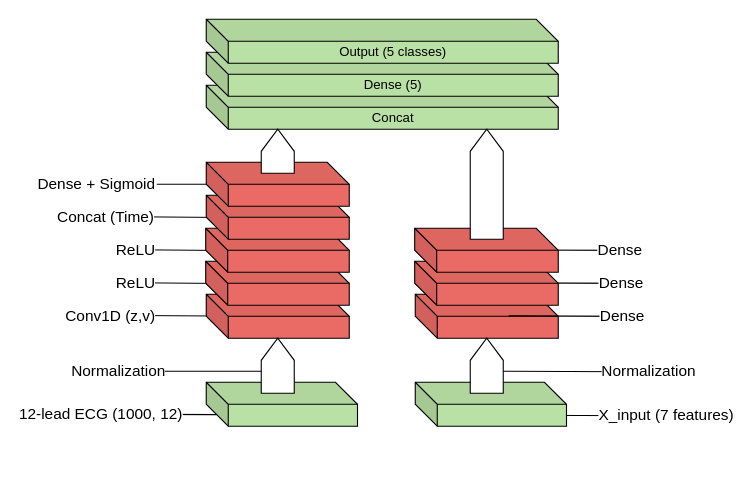
This is CNN.drawio from minh071289/AI_system, a draw.io file, before an edit. Source tidied: cells renumbered, new cells numbered last; positions are measured from the earlier drawing's top-left corner, leaving out a move shared by most shapes. Both pictures are drawn from the tidied source at 110%, with x=0, y=0 at pixel (89, 19).
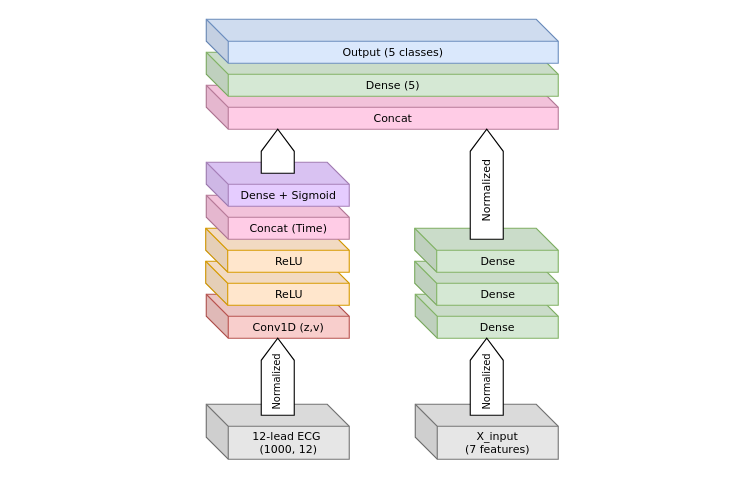
After the change.

What changed in the source:
```diff
@@
-    <mxCell id="2" value="&lt;span style=&quot;font-size: 14px;&quot;&gt;Normalization&lt;/span&gt;" style="endArrow=none;html=1;rounded=0;align=center;" parent="1" edge="1">
-      <mxGeometry x="1" y="20" relative="1" as="geometry">
-        <mxPoint x="373" y="320" as="sourcePoint" />
-        <mxPoint x="488" y="320.4" as="targetPoint" />
-        <mxPoint x="20" y="20" as="offset" />
-      </mxGeometry>
-    </mxCell>
-    <mxCell id="3" value="&lt;span style=&quot;font-size: 14px;&quot;&gt;Dense&lt;/span&gt;" style="endArrow=none;html=1;rounded=0;align=center;" parent="1" edge="1">
-      <mxGeometry x="0.79" relative="1" as="geometry">
-        <mxPoint x="379" y="209.7" as="sourcePoint" />
-        <mxPoint x="494" y="210.1" as="targetPoint" />
-      </mxGeometry>
-    </mxCell>
-    <mxCell id="4" value="&lt;span style=&quot;font-size: 14px;&quot;&gt;Dense&lt;/span&gt;" style="endArrow=none;html=1;rounded=0;align=center;" parent="1" edge="1">
-      <mxGeometry x="0.79" relative="1" as="geometry">
-        <mxPoint x="380" y="239.7" as="sourcePoint" />
-        <mxPoint x="495" y="240.1" as="targetPoint" />
-      </mxGeometry>
-    </mxCell>
-    <mxCell id="5" value="&lt;span style=&quot;font-size: 14px;&quot;&gt;X_input (7 features)&lt;/span&gt;" style="endArrow=none;html=1;rounded=0;align=center;" parent="1" edge="1">
-      <mxGeometry x="1" y="20" relative="1" as="geometry">
-        <mxPoint x="389" y="360" as="sourcePoint" />
-        <mxPoint x="504" y="360.4" as="targetPoint" />
-        <mxPoint x="20" y="20" as="offset" />
-      </mxGeometry>
+    <mxCell id="5" value="X_input&lt;div&gt;(7 features)&lt;/div&gt;" style="shape=cube;whiteSpace=wrap;html=1;boundedLbl=1;backgroundOutline=1;darkOpacity=0.05;darkOpacity2=0.1;fillColor=#E6E6E6;strokeColor=#757575;fontSize=10;fontFamily=Verdana;fontStyle=0;" parent="1" vertex="1">
+      <mxGeometry x="296" y="350" width="130" height="50" as="geometry" />
     </mxCell>
-    <mxCell id="6" value="&lt;span style=&quot;font-size: 14px;&quot;&gt;Conv1D (z,v)&lt;/span&gt;" style="endArrow=none;html=1;rounded=0;align=right;labelPosition=left;verticalLabelPosition=middle;verticalAlign=middle;spacingRight=34;entryX=0;entryY=0;entryDx=0;entryDy=20;entryPerimeter=0;" parent="1" edge="1">
-      <mxGeometry relative="1" as="geometry">
-        <mxPoint x="39.5" y="269.3" as="sourcePoint" />
-        <mxPoint x="152" y="270" as="targetPoint" />
-      </mxGeometry>
-    </mxCell>
-    <mxCell id="7" value="&lt;span style=&quot;font-size: 14px;&quot;&gt;ReLU&lt;/span&gt;" style="endArrow=none;html=1;rounded=0;align=right;labelPosition=left;verticalLabelPosition=middle;verticalAlign=middle;spacingRight=34;entryX=0;entryY=0;entryDx=0;entryDy=20;entryPerimeter=0;" parent="1" edge="1">
-      <mxGeometry relative="1" as="geometry">
-        <mxPoint x="39" y="239.6" as="sourcePoint" />
-        <mxPoint x="151.5" y="240.4" as="targetPoint" />
-      </mxGeometry>
-    </mxCell>
-    <mxCell id="8" value="&lt;span style=&quot;font-size: 14px;&quot;&gt;ReLU&lt;/span&gt;" style="endArrow=none;html=1;rounded=0;align=right;labelPosition=left;verticalLabelPosition=middle;verticalAlign=middle;spacingRight=34;entryX=0;entryY=0;entryDx=0;entryDy=20;entryPerimeter=0;" parent="1" edge="1">
-      <mxGeometry relative="1" as="geometry">
-        <mxPoint x="39" y="209.6" as="sourcePoint" />
-        <mxPoint x="151.5" y="210.4" as="targetPoint" />
-      </mxGeometry>
-    </mxCell>
-    <mxCell id="9" value="&lt;span style=&quot;font-size: 14px;&quot;&gt;Concat (Time)&lt;/span&gt;" style="endArrow=none;html=1;rounded=0;align=right;labelPosition=left;verticalLabelPosition=middle;verticalAlign=middle;spacingRight=34;entryX=0;entryY=0;entryDx=0;entryDy=20;entryPerimeter=0;" parent="1" edge="1">
-      <mxGeometry relative="1" as="geometry">
-        <mxPoint x="38.5" y="179.6" as="sourcePoint" />
-        <mxPoint x="151" y="180.4" as="targetPoint" />
-      </mxGeometry>
-    </mxCell>
-    <mxCell id="10" value="&lt;span style=&quot;font-size: 14px;&quot;&gt;Dense + Sigmoid&lt;/span&gt;" style="endArrow=none;html=1;rounded=0;align=right;labelPosition=left;verticalLabelPosition=middle;verticalAlign=middle;spacingRight=34;" parent="1" edge="1">
-      <mxGeometry relative="1" as="geometry">
-        <mxPoint x="61" y="150" as="sourcePoint" />
-        <mxPoint x="129" y="150" as="targetPoint" />
-      </mxGeometry>
-    </mxCell>
-    <mxCell id="11" style="shape=cube;whiteSpace=wrap;html=1;boundedLbl=1;backgroundOutline=1;darkOpacity=0.05;darkOpacity2=0.1;fillColor=#B9E0A5;" parent="1" vertex="1">
-      <mxGeometry x="106" y="330" width="137.5" height="40" as="geometry" />
+    <mxCell id="11" value="12-lead ECG&amp;nbsp;&lt;div&gt;(1000, 12)&lt;/div&gt;" style="shape=cube;whiteSpace=wrap;html=1;boundedLbl=1;backgroundOutline=1;darkOpacity=0.05;darkOpacity2=0.1;fillColor=#E6E6E6;strokeColor=#757575;fontSize=10;fontFamily=Verdana;fontStyle=0;" parent="1" vertex="1">
+      <mxGeometry x="106" y="350" width="130" height="50" as="geometry" />
     </mxCell>
-    <mxCell id="12" style="shape=cube;whiteSpace=wrap;html=1;boundedLbl=1;backgroundOutline=1;darkOpacity=0.05;darkOpacity2=0.1;fillColor=#EA6B66;" parent="1" vertex="1">
+    <mxCell id="12" value="Conv1D (z,v)" style="shape=cube;whiteSpace=wrap;html=1;boundedLbl=1;backgroundOutline=1;darkOpacity=0.05;darkOpacity2=0.1;fillColor=#F8CECC;strokeColor=#B85450;fontSize=10;fontFamily=Verdana;fontStyle=0;" parent="1" vertex="1">
       <mxGeometry x="106" y="250" width="130" height="40" as="geometry" />
     </mxCell>
-    <mxCell id="13" value="Concat" style="shape=cube;whiteSpace=wrap;html=1;boundedLbl=1;backgroundOutline=1;darkOpacity=0.05;darkOpacity2=0.1;fillColor=#B9E0A5;" parent="1" vertex="1">
+    <mxCell id="13" value="&lt;font&gt;Concat&lt;/font&gt;" style="shape=cube;whiteSpace=wrap;html=1;boundedLbl=1;backgroundOutline=1;darkOpacity=0.05;darkOpacity2=0.1;fillColor=#FFCCE6;strokeColor=#B77B99;fontSize=10;fontFamily=Verdana;fontStyle=0;" parent="1" vertex="1">
       <mxGeometry x="106" y="60" width="320" height="40" as="geometry" />
     </mxCell>
-    <mxCell id="14" style="html=1;shadow=0;dashed=0;align=center;verticalAlign=middle;shape=mxgraph.arrows2.arrow;dy=0;dx=20.05;direction=north;notch=0;" parent="1" vertex="1">
-      <mxGeometry x="156" y="290" width="30" height="50" as="geometry" />
+    <mxCell id="14" style="html=1;shadow=0;dashed=0;align=center;verticalAlign=middle;shape=mxgraph.arrows2.arrow;dy=0;dx=20.05;direction=north;notch=0;fontSize=10;fontFamily=Verdana;fontStyle=0;" parent="1" vertex="1">
+      <mxGeometry x="156" y="290" width="30" height="70" as="geometry" />
     </mxCell>
-    <mxCell id="15" value="&lt;font style=&quot;font-size: 14px;&quot;&gt;12-lead ECG&amp;nbsp;&lt;/font&gt;&lt;span style=&quot;font-size: 14px; background-color: light-dark(#ffffff, var(--ge-dark-color, #121212)); color: light-dark(rgb(0, 0, 0), rgb(255, 255, 255));&quot;&gt;(1000, 12)&lt;/span&gt;" style="endArrow=none;html=1;rounded=0;align=center;" parent="1" edge="1">
-      <mxGeometry x="-0.83" relative="1" as="geometry">
-        <mxPoint y="359" as="sourcePoint" />
-        <mxPoint x="115" y="359.4" as="targetPoint" />
-      </mxGeometry>
-    </mxCell>
-    <mxCell id="16" value="&lt;font style=&quot;font-size: 14px;&quot;&gt;Normalization&lt;/font&gt;" style="endArrow=none;html=1;rounded=0;align=center;entryX=0;entryY=0;entryDx=0;entryDy=10;entryPerimeter=0;" parent="1" edge="1">
-      <mxGeometry x="-1" y="-10" relative="1" as="geometry">
-        <mxPoint x="36" y="320" as="sourcePoint" />
-        <mxPoint x="156" y="320" as="targetPoint" />
-        <mxPoint x="-10" y="-10" as="offset" />
-      </mxGeometry>
-    </mxCell>
-    <mxCell id="17" style="shape=cube;whiteSpace=wrap;html=1;boundedLbl=1;backgroundOutline=1;darkOpacity=0.05;darkOpacity2=0.1;fillColor=#EA6B66;" parent="1" vertex="1">
+    <mxCell id="17" value="ReLU" style="shape=cube;whiteSpace=wrap;html=1;boundedLbl=1;backgroundOutline=1;darkOpacity=0.05;darkOpacity2=0.1;fillColor=#FFE6CC;strokeColor=#D79B00;fontSize=10;fontFamily=Verdana;fontStyle=0;" parent="1" vertex="1">
       <mxGeometry x="105.5" y="220" width="130.5" height="40" as="geometry" />
     </mxCell>
-    <mxCell id="18" style="shape=cube;whiteSpace=wrap;html=1;boundedLbl=1;backgroundOutline=1;darkOpacity=0.05;darkOpacity2=0.1;fillColor=#EA6B66;" parent="1" vertex="1">
+    <mxCell id="18" value="ReLU" style="shape=cube;whiteSpace=wrap;html=1;boundedLbl=1;backgroundOutline=1;darkOpacity=0.05;darkOpacity2=0.1;fillColor=#FFE6CC;strokeColor=#D79B00;fontSize=10;fontFamily=Verdana;fontStyle=0;" parent="1" vertex="1">
       <mxGeometry x="105.5" y="190" width="130.5" height="40" as="geometry" />
     </mxCell>
-    <mxCell id="19" style="shape=cube;whiteSpace=wrap;html=1;boundedLbl=1;backgroundOutline=1;darkOpacity=0.05;darkOpacity2=0.1;fillColor=#EA6B66;" parent="1" vertex="1">
+    <mxCell id="19" value="Concat (Time)" style="shape=cube;whiteSpace=wrap;html=1;boundedLbl=1;backgroundOutline=1;darkOpacity=0.05;darkOpacity2=0.1;fillColor=#FFCCE6;strokeColor=#B77B99;fontSize=10;fontFamily=Verdana;fontStyle=0;" parent="1" vertex="1">
       <mxGeometry x="106" y="160" width="130" height="40" as="geometry" />
     </mxCell>
-    <mxCell id="20" style="shape=cube;whiteSpace=wrap;html=1;boundedLbl=1;backgroundOutline=1;darkOpacity=0.05;darkOpacity2=0.1;fillColor=#EA6B66;" parent="1" vertex="1">
+    <mxCell id="20" value="&lt;font&gt;Dense + Sigmoid&lt;/font&gt;" style="shape=cube;whiteSpace=wrap;html=1;boundedLbl=1;backgroundOutline=1;darkOpacity=0.05;darkOpacity2=0.1;fillColor=#E5CCFF;strokeColor=#A680B8;fontSize=10;fontFamily=Verdana;fontStyle=0;" parent="1" vertex="1">
       <mxGeometry x="106" y="130" width="130" height="40" as="geometry" />
     </mxCell>
-    <mxCell id="21" style="shape=cube;whiteSpace=wrap;html=1;boundedLbl=1;backgroundOutline=1;darkOpacity=0.05;darkOpacity2=0.1;fillColor=#B9E0A5;" parent="1" vertex="1">
-      <mxGeometry x="296" y="330" width="137.5" height="40" as="geometry" />
-    </mxCell>
-    <mxCell id="22" style="shape=cube;whiteSpace=wrap;html=1;boundedLbl=1;backgroundOutline=1;darkOpacity=0.05;darkOpacity2=0.1;fillColor=#EA6B66;" parent="1" vertex="1">
+    <mxCell id="22" value="Dense" style="shape=cube;whiteSpace=wrap;html=1;boundedLbl=1;backgroundOutline=1;darkOpacity=0.05;darkOpacity2=0.1;fillColor=#D5E8D4;strokeColor=#82B366;fontSize=10;fontFamily=Verdana;fontStyle=0;" parent="1" vertex="1">
       <mxGeometry x="296" y="250" width="130" height="40" as="geometry" />
     </mxCell>
-    <mxCell id="23" style="html=1;shadow=0;dashed=0;align=center;verticalAlign=middle;shape=mxgraph.arrows2.arrow;dy=0;dx=20.05;direction=north;notch=0;" parent="1" vertex="1">
-      <mxGeometry x="346" y="290" width="30" height="50" as="geometry" />
-    </mxCell>
-    <mxCell id="24" style="shape=cube;whiteSpace=wrap;html=1;boundedLbl=1;backgroundOutline=1;darkOpacity=0.05;darkOpacity2=0.1;fillColor=#EA6B66;" parent="1" vertex="1">
+    <mxCell id="24" value="Dense" style="shape=cube;whiteSpace=wrap;html=1;boundedLbl=1;backgroundOutline=1;darkOpacity=0.05;darkOpacity2=0.1;fillColor=#D5E8D4;strokeColor=#82B366;fontSize=10;fontFamily=Verdana;fontStyle=0;" parent="1" vertex="1">
       <mxGeometry x="295.5" y="220" width="130.5" height="40" as="geometry" />
     </mxCell>
-    <mxCell id="25" style="shape=cube;whiteSpace=wrap;html=1;boundedLbl=1;backgroundOutline=1;darkOpacity=0.05;darkOpacity2=0.1;fillColor=#EA6B66;" parent="1" vertex="1">
+    <mxCell id="25" value="Dense" style="shape=cube;whiteSpace=wrap;html=1;boundedLbl=1;backgroundOutline=1;darkOpacity=0.05;darkOpacity2=0.1;fillColor=#D5E8D4;strokeColor=#82B366;fontSize=10;fontFamily=Verdana;fontStyle=0;" parent="1" vertex="1">
       <mxGeometry x="295.5" y="190" width="130.5" height="40" as="geometry" />
     </mxCell>
-    <mxCell id="26" style="html=1;shadow=0;dashed=0;align=center;verticalAlign=middle;shape=mxgraph.arrows2.arrow;dy=0;dx=20.05;direction=north;notch=0;" parent="1" vertex="1">
+    <mxCell id="26" style="html=1;shadow=0;dashed=0;align=center;verticalAlign=middle;shape=mxgraph.arrows2.arrow;dy=0;dx=20.05;direction=north;notch=0;fontSize=10;fontFamily=Verdana;fontStyle=0;" parent="1" vertex="1">
       <mxGeometry x="346" y="100" width="30" height="100" as="geometry" />
     </mxCell>
-    <mxCell id="27" value="&lt;span style=&quot;font-size: 14px;&quot;&gt;Dense&lt;/span&gt;" style="endArrow=none;html=1;rounded=0;align=center;" parent="1" edge="1">
-      <mxGeometry x="0.79" relative="1" as="geometry">
-        <mxPoint x="381" y="269.7" as="sourcePoint" />
-        <mxPoint x="496" y="270.1" as="targetPoint" />
-      </mxGeometry>
-    </mxCell>
-    <mxCell id="28" style="html=1;shadow=0;dashed=0;align=center;verticalAlign=middle;shape=mxgraph.arrows2.arrow;dy=0;dx=20.05;direction=north;notch=0;" parent="1" vertex="1">
+    <mxCell id="28" style="html=1;shadow=0;dashed=0;align=center;verticalAlign=middle;shape=mxgraph.arrows2.arrow;dy=0;dx=20.05;direction=north;notch=0;fontSize=10;fontFamily=Verdana;fontStyle=0;" parent="1" vertex="1">
       <mxGeometry x="156" y="100" width="30" height="40" as="geometry" />
     </mxCell>
-    <mxCell id="29" value="Dense (5)" style="shape=cube;whiteSpace=wrap;html=1;boundedLbl=1;backgroundOutline=1;darkOpacity=0.05;darkOpacity2=0.1;fillColor=#B9E0A5;" parent="1" vertex="1">
+    <mxCell id="29" value="&lt;font&gt;Dense (5)&lt;/font&gt;" style="shape=cube;whiteSpace=wrap;html=1;boundedLbl=1;backgroundOutline=1;darkOpacity=0.05;darkOpacity2=0.1;fillColor=#D5E8D4;strokeColor=#82B366;fontSize=10;fontFamily=Verdana;fontStyle=0;" parent="1" vertex="1">
       <mxGeometry x="106" y="30" width="320" height="40" as="geometry" />
     </mxCell>
-    <mxCell id="30" value="Output (5 classes)" style="shape=cube;whiteSpace=wrap;html=1;boundedLbl=1;backgroundOutline=1;darkOpacity=0.05;darkOpacity2=0.1;fillColor=#B9E0A5;" parent="1" vertex="1">
+    <mxCell id="30" value="&lt;font&gt;Output (5 classes)&lt;/font&gt;" style="shape=cube;whiteSpace=wrap;html=1;boundedLbl=1;backgroundOutline=1;darkOpacity=0.05;darkOpacity2=0.1;fillColor=#DAE8FC;fontSize=10;fontFamily=Verdana;strokeColor=#6C8EBF;fontStyle=0;" parent="1" vertex="1">
       <mxGeometry x="106" width="320" height="40" as="geometry" />
     </mxCell>
+    <mxCell id="31" value="&lt;font style=&quot;font-size: 9px;&quot;&gt;Normalized&lt;/font&gt;" style="text;html=1;align=center;verticalAlign=middle;whiteSpace=wrap;rounded=0;rotation=-90;fontFamily=Verdana;fontSize=10;fontStyle=0;" parent="1" vertex="1">
+      <mxGeometry x="139.8" y="315" width="60" height="30" as="geometry" />
+    </mxCell>
+    <mxCell id="32" value="&lt;font style=&quot;font-size: 10px;&quot;&gt;Normalized&lt;/font&gt;" style="text;html=1;align=center;verticalAlign=middle;whiteSpace=wrap;rounded=0;rotation=-90;fontFamily=Verdana;fontSize=11;fontStyle=0;" parent="1" vertex="1">
+      <mxGeometry x="330" y="141" width="60" height="30" as="geometry" />
+    </mxCell>
+    <mxCell id="33" style="html=1;shadow=0;dashed=0;align=center;verticalAlign=middle;shape=mxgraph.arrows2.arrow;dy=0;dx=20.05;direction=north;notch=0;fontSize=10;fontFamily=Verdana;fontStyle=0;" parent="1" vertex="1">
+      <mxGeometry x="346" y="290" width="30" height="70" as="geometry" />
+    </mxCell>
+    <mxCell id="34" value="&lt;font style=&quot;font-size: 9px;&quot;&gt;Normalized&lt;/font&gt;" style="text;html=1;align=center;verticalAlign=middle;whiteSpace=wrap;rounded=0;rotation=-90;fontFamily=Verdana;fontSize=10;fontStyle=0;" parent="1" vertex="1">
+      <mxGeometry x="330.8" y="315" width="60" height="30" as="geometry" />
+    </mxCell>
```
